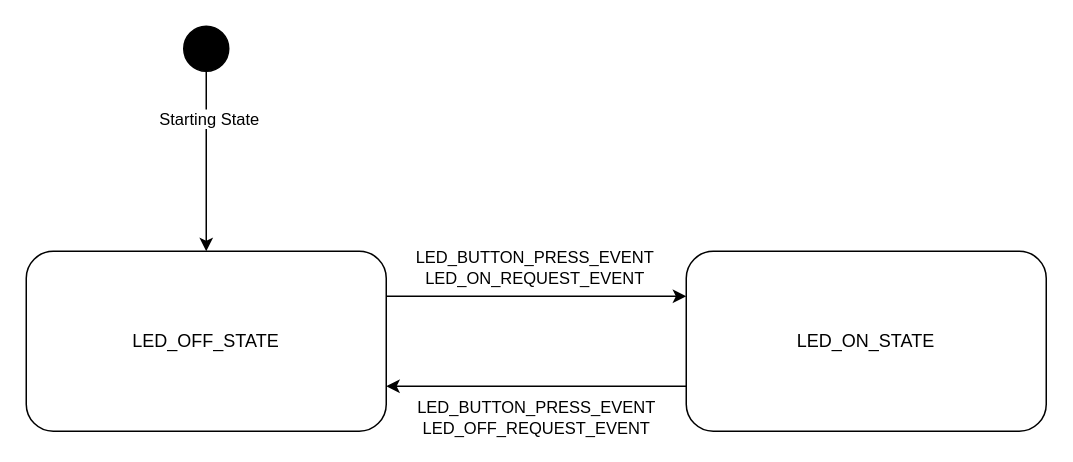
This is page "example" (14 of 17) of doc/images/fsm/fsm.drawio from ress059/ecu, a draw.io file, before an edit. Source tidied: cells renumbered, new cells numbered last; positions are measured from the earlier drawing's top-left corner, leaving out a move shared by most shapes. Both pictures are drawn from the tidied source at 150%, with x=0, y=0 at pixel (26, 26).
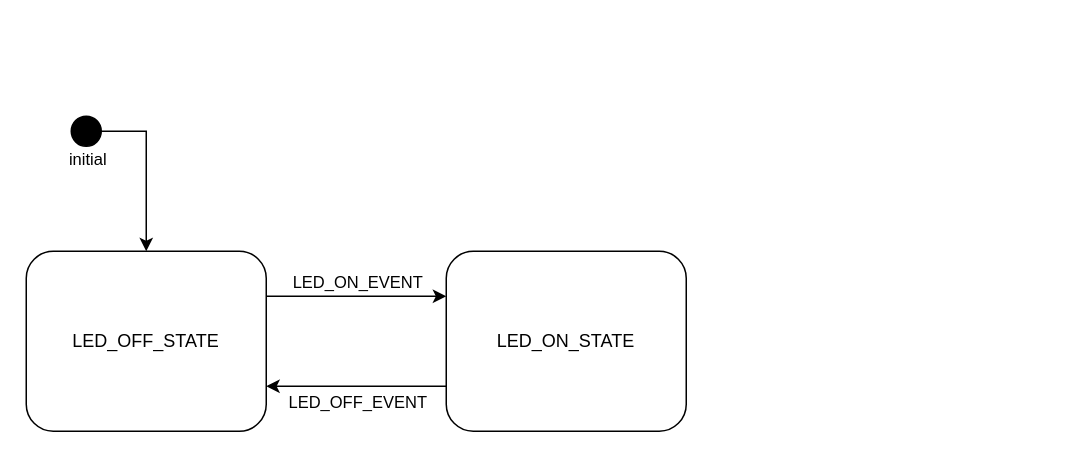
After the change.

The edit, as a diff of the source:
```diff
@@
 <mxGraphModel>
   <root>
     <mxCell id="0" />
     <mxCell id="1" parent="0" />
     <mxCell id="2" style="edgeStyle=orthogonalEdgeStyle;rounded=0;jettySize=auto;html=1;exitX=0;exitY=0.75;exitDx=0;exitDy=0;entryX=1;entryY=0.75;entryDx=0;entryDy=0;" parent="1" edge="1" source="4" target="7">
       <mxGeometry relative="1" as="geometry" />
     </mxCell>
-    <mxCell id="3" value="LED_BUTTON_PRESS_EVENT&lt;br&gt;LED_OFF_REQUEST_EVENT" style="edgeLabel;html=1;align=center;verticalAlign=middle;" parent="2" vertex="1">
+    <mxCell id="3" value="LED_OFF_EVENT" style="edgeLabel;html=1;align=center;verticalAlign=middle;" parent="2" vertex="1">
       <mxGeometry x="-0.17" y="1" relative="1" as="geometry">
-        <mxPoint x="-18" y="19" as="offset" />
+        <mxPoint x="-10" y="9" as="offset" />
       </mxGeometry>
     </mxCell>
     <mxCell id="4" value="LED_ON_STATE" style="rounded=1;whiteSpace=wrap;html=1;" parent="1" vertex="1">
-      <mxGeometry x="440" y="150" width="240" height="120" as="geometry" />
+      <mxGeometry x="280" y="150" width="160" height="120" as="geometry" />
     </mxCell>
     <mxCell id="5" style="edgeStyle=orthogonalEdgeStyle;rounded=0;jettySize=auto;html=1;exitX=1;exitY=0.25;exitDx=0;exitDy=0;entryX=0;entryY=0.25;entryDx=0;entryDy=0;" parent="1" edge="1" source="7" target="4">
       <mxGeometry relative="1" as="geometry" />
     </mxCell>
-    <mxCell id="6" value="LED_BUTTON_PRESS_EVENT&lt;br&gt;LED_ON_REQUEST_EVENT" style="edgeLabel;html=1;align=center;verticalAlign=middle;" parent="5" vertex="1">
+    <mxCell id="6" value="LED_ON_EVENT" style="edgeLabel;html=1;align=center;verticalAlign=middle;" parent="5" vertex="1">
       <mxGeometry x="-0.06" y="3" relative="1" as="geometry">
-        <mxPoint x="4" y="-17" as="offset" />
+        <mxPoint x="4" y="-7" as="offset" />
       </mxGeometry>
     </mxCell>
     <mxCell id="7" value="LED_OFF_STATE" style="rounded=1;whiteSpace=wrap;html=1;" parent="1" vertex="1">
-      <mxGeometry y="150" width="240" height="120" as="geometry" />
+      <mxGeometry y="150" width="160" height="120" as="geometry" />
     </mxCell>
-    <mxCell id="8" style="edgeStyle=orthogonalEdgeStyle;rounded=0;jettySize=auto;html=1;entryX=0.5;entryY=0;entryDx=0;entryDy=0;" parent="1" edge="1" source="10" target="7">
+    <mxCell id="8" style="edgeStyle=orthogonalEdgeStyle;rounded=0;jettySize=auto;html=1;entryX=0.5;entryY=0;entryDx=0;entryDy=0;exitX=1;exitY=0.5;exitDx=0;exitDy=0;" parent="1" edge="1" source="11" target="7">
       <mxGeometry relative="1" as="geometry" />
     </mxCell>
-    <mxCell id="9" value="Starting State" style="edgeLabel;html=1;align=center;verticalAlign=middle;" parent="8" vertex="1">
-      <mxGeometry x="-0.49" y="1" relative="1" as="geometry" />
+    <mxCell id="9" value="initial" style="edgeLabel;html=1;align=center;verticalAlign=middle;" parent="8" vertex="1">
+      <mxGeometry x="-0.49" y="1" relative="1" as="geometry">
+        <mxPoint x="-38" y="19" as="offset" />
+      </mxGeometry>
     </mxCell>
-    <mxCell id="10" style="ellipse;whiteSpace=wrap;html=1;fillColor=#000000;" parent="1" vertex="1">
-      <mxGeometry x="105" width="30" height="30" as="geometry" />
-    </mxCell>
+    <mxCell id="11" style="ellipse;whiteSpace=wrap;html=1;fillColor=#000000;" parent="1" vertex="1">
+      <mxGeometry x="30" y="60" width="20" height="20" as="geometry" />
+    </mxCell>
   </root>
 </mxGraphModel>
```
